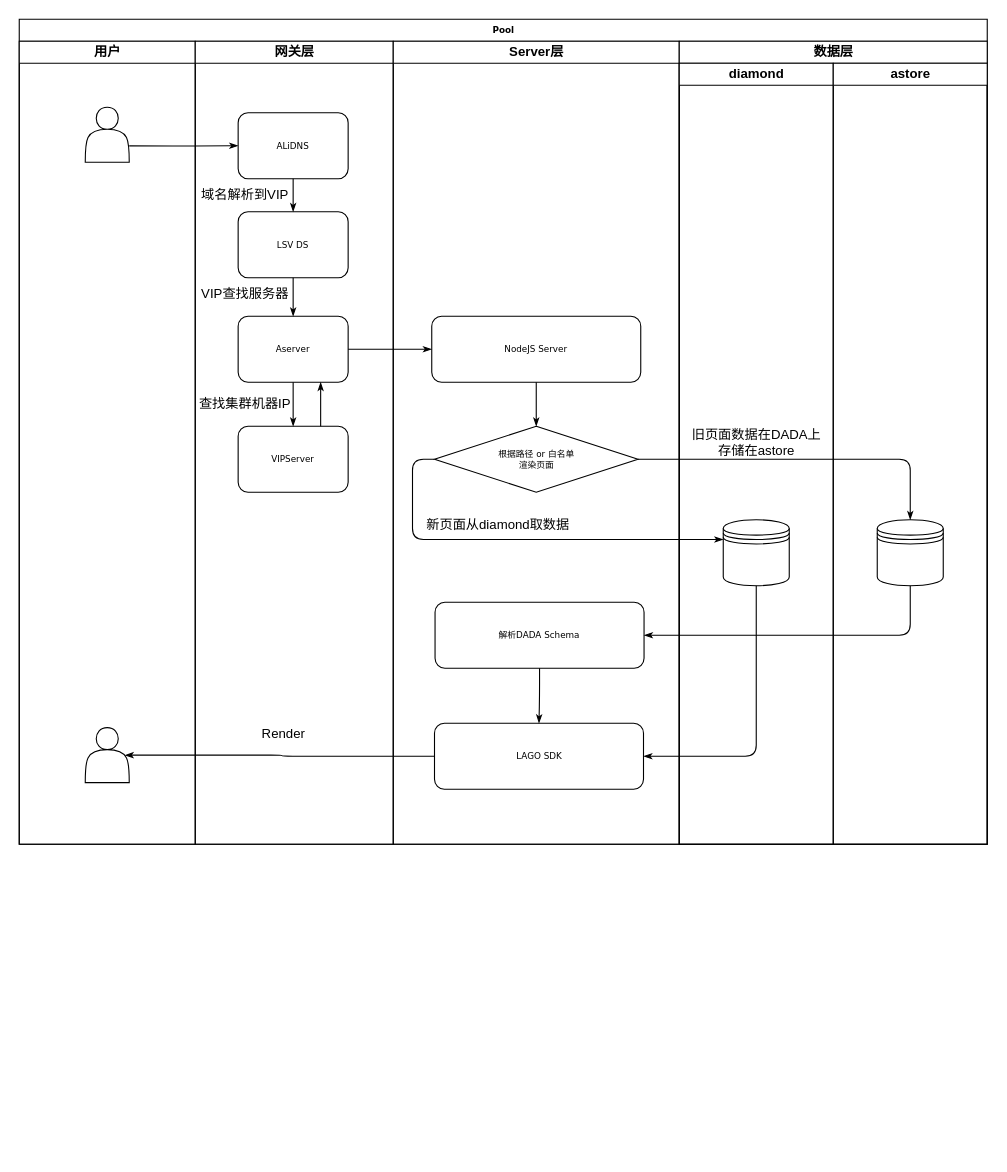
Above: 新的架构.drawio in hjyue1/blog (draw.io), before the change. Source tidied: cells renumbered, new cells numbered last; positions are measured from the earlier drawing's top-left corner, leaving out a move shared by most shapes. Both pictures are drawn from the tidied source at 110%, with x=0, y=0 at pixel (19, 19).
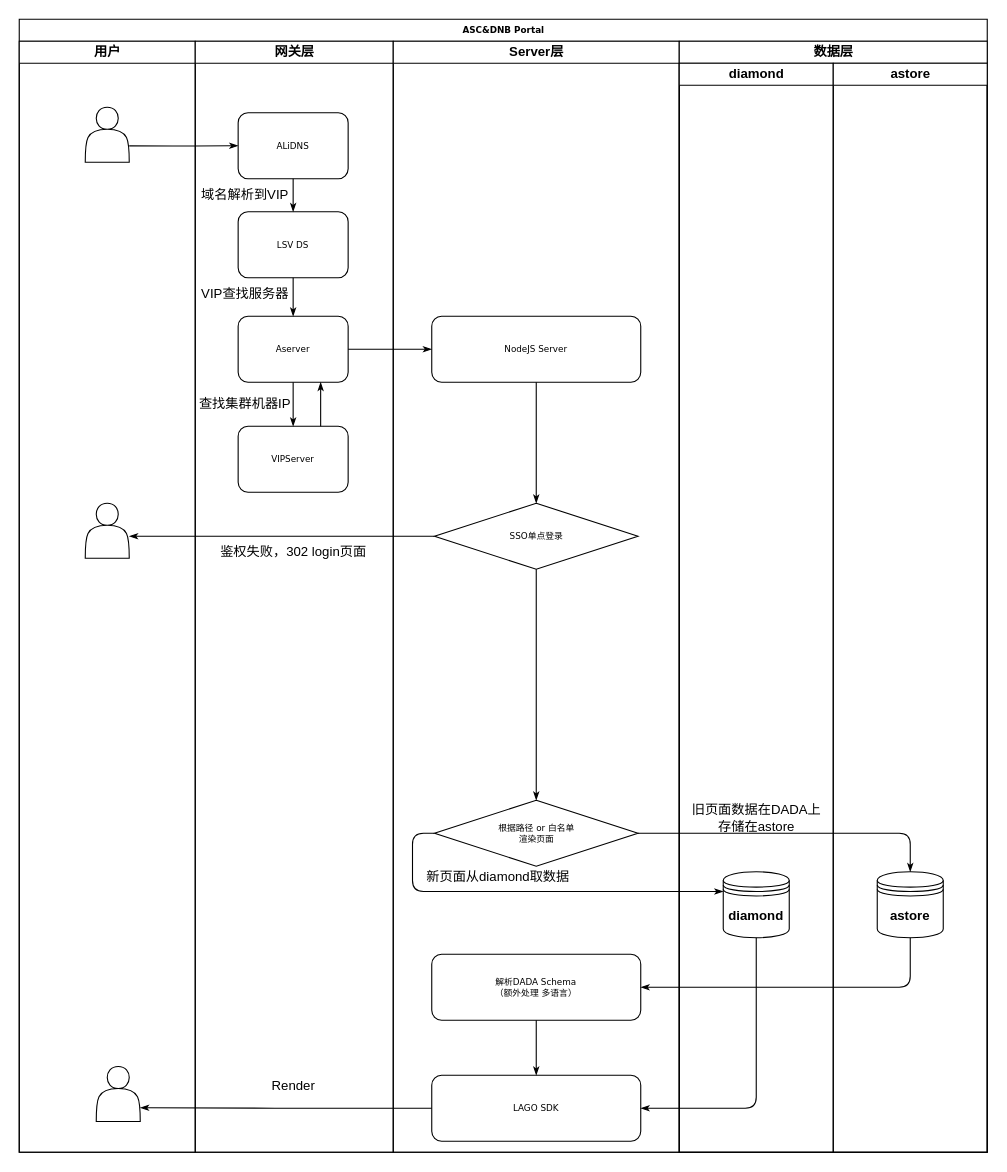
After the change.

Commit message:
ASC&DNB Portal.drawio

Unchanged cells that the change refers to:
```xml
<mxCell id="25" value="NodeJS Server" style="rounded=1;whiteSpace=wrap;html=1;shadow=0;labelBackgroundColor=none;strokeWidth=1;fontFamily=Verdana;fontSize=8;align=center;" parent="24" vertex="1">
  <mxGeometry x="35" y="250" width="190" height="60" as="geometry" />
</mxCell>
```

The edit, as a diff of the source:
```diff
@@
-    <mxCell id="2" value="Pool" style="swimlane;html=1;startSize=20;rounded=0;shadow=0;labelBackgroundColor=none;strokeWidth=1;fontFamily=Verdana;fontSize=8;align=center;" parent="1" vertex="1">
-      <mxGeometry width="880" height="750" as="geometry" />
+    <mxCell id="2" value="ASC&amp;amp;DNB Portal" style="swimlane;html=1;startSize=20;rounded=0;shadow=0;labelBackgroundColor=none;strokeWidth=1;fontFamily=Verdana;fontSize=8;align=center;" parent="1" vertex="1">
+      <mxGeometry width="880" height="1030" as="geometry" />
     </mxCell>
     <mxCell id="3" value="用户" style="swimlane;html=1;startSize=20;" parent="2" vertex="1">
-      <mxGeometry y="20" width="160" height="730" as="geometry" />
+      <mxGeometry y="20" width="160" height="1010" as="geometry" />
     </mxCell>
@@
     <mxCell id="5" style="shape=actor;whiteSpace=wrap;html=1;" parent="3" vertex="1">
-      <mxGeometry x="60" y="624" width="40" height="50" as="geometry" />
+      <mxGeometry x="70" y="932" width="40" height="50" as="geometry" />
     </mxCell>
+    <mxCell id="44" style="shape=actor;whiteSpace=wrap;html=1;" parent="3" vertex="1">
+      <mxGeometry x="60" y="420" width="40" height="50" as="geometry" />
+    </mxCell>
@@
     <mxCell id="11" value="网关层" style="swimlane;html=1;startSize=20;" parent="2" vertex="1">
-      <mxGeometry x="160" y="20" width="180" height="730" as="geometry" />
+      <mxGeometry x="160" y="20" width="180" height="1010" as="geometry" />
     </mxCell>
@@
     <mxCell id="23" value="Render" style="text;html=1;align=center;verticalAlign=middle;strokeColor=none;fillColor=none;" parent="11" vertex="1">
-      <mxGeometry x="55" y="620" width="50" height="20" as="geometry" />
+      <mxGeometry x="64" y="940" width="50" height="20" as="geometry" />
     </mxCell>
+    <mxCell id="45" value="鉴权失败，302 login页面" style="text;html=1;align=center;verticalAlign=middle;strokeColor=none;fillColor=none;" parent="11" vertex="1">
+      <mxGeometry x="14" y="454" width="150" height="20" as="geometry" />
+    </mxCell>
     <mxCell id="24" value="Server层" style="swimlane;html=1;startSize=20;" parent="2" vertex="1">
-      <mxGeometry x="340" y="20" width="260" height="730" as="geometry" />
+      <mxGeometry x="340" y="20" width="260" height="1010" as="geometry" />
     </mxCell>
@@
     <mxCell id="26" value="&lt;span style=&quot;&quot;&gt;根据路径 or 白名单&lt;/span&gt;&lt;br style=&quot;&quot;&gt;&lt;span style=&quot;&quot;&gt;渲染页面&lt;/span&gt;" style="rhombus;whiteSpace=wrap;html=1;rounded=0;shadow=0;labelBackgroundColor=none;strokeWidth=1;fontFamily=Verdana;fontSize=8;align=center;" parent="24" vertex="1">
-      <mxGeometry x="37.5" y="350" width="185" height="60" as="geometry" />
+      <mxGeometry x="37.5" y="690" width="185" height="60" as="geometry" />
     </mxCell>
-    <mxCell id="27" style="edgeStyle=orthogonalEdgeStyle;rounded=1;html=1;labelBackgroundColor=none;startArrow=none;startFill=0;startSize=5;endArrow=classicThin;endFill=1;endSize=5;jettySize=auto;strokeWidth=1;fontFamily=Verdana;fontSize=8;exitX=0.5;exitY=1;exitDx=0;exitDy=0;entryX=0.5;entryY=0;entryDx=0;entryDy=0;" parent="24" edge="1" source="25" target="26">
+    <mxCell id="27" style="edgeStyle=orthogonalEdgeStyle;rounded=1;html=1;labelBackgroundColor=none;startArrow=none;startFill=0;startSize=5;endArrow=classicThin;endFill=1;endSize=5;jettySize=auto;strokeWidth=1;fontFamily=Verdana;fontSize=8;exitX=0.5;exitY=1;exitDx=0;exitDy=0;entryX=0.5;entryY=0;entryDx=0;entryDy=0;" parent="24" edge="1" source="25" target="46">
       <mxGeometry relative="1" as="geometry" />
     </mxCell>
     <mxCell id="28" value="新页面从diamond取数据" style="text;html=1;align=center;verticalAlign=middle;strokeColor=none;fillColor=none;" parent="24" vertex="1">
-      <mxGeometry x="20" y="430" width="150" height="20" as="geometry" />
+      <mxGeometry x="20" y="750" width="150" height="20" as="geometry" />
     </mxCell>
     <mxCell id="29" value="LAGO SDK" style="rounded=1;whiteSpace=wrap;html=1;shadow=0;labelBackgroundColor=none;strokeWidth=1;fontFamily=Verdana;fontSize=8;align=center;" parent="24" vertex="1">
-      <mxGeometry x="37.5" y="620" width="190" height="60" as="geometry" />
+      <mxGeometry x="35" y="940" width="190" height="60" as="geometry" />
     </mxCell>
-    <mxCell id="30" value="解析DADA Schema" style="rounded=1;whiteSpace=wrap;html=1;shadow=0;labelBackgroundColor=none;strokeWidth=1;fontFamily=Verdana;fontSize=8;align=center;" parent="24" vertex="1">
-      <mxGeometry x="38" y="510" width="190" height="60" as="geometry" />
+    <mxCell id="30" value="解析DADA Schema&lt;br&gt;（额外处理 多语言）" style="rounded=1;whiteSpace=wrap;html=1;shadow=0;labelBackgroundColor=none;strokeWidth=1;fontFamily=Verdana;fontSize=8;align=center;" parent="24" vertex="1">
+      <mxGeometry x="35" y="830" width="190" height="60" as="geometry" />
     </mxCell>
@@
+    <mxCell id="46" value="SSO单点登录" style="rhombus;whiteSpace=wrap;html=1;rounded=0;shadow=0;labelBackgroundColor=none;strokeWidth=1;fontFamily=Verdana;fontSize=8;align=center;" parent="24" vertex="1">
+      <mxGeometry x="37.5" y="420" width="185" height="60" as="geometry" />
+    </mxCell>
+    <mxCell id="47" style="edgeStyle=orthogonalEdgeStyle;rounded=1;html=1;labelBackgroundColor=none;startArrow=none;startFill=0;startSize=5;endArrow=classicThin;endFill=1;endSize=5;jettySize=auto;strokeWidth=1;fontFamily=Verdana;fontSize=8;exitX=0.5;exitY=1;exitDx=0;exitDy=0;entryX=0.5;entryY=0;entryDx=0;entryDy=0;" parent="24" edge="1" source="46" target="26">
+      <mxGeometry relative="1" as="geometry" />
+    </mxCell>
@@
     <mxCell id="33" value="数据层" style="swimlane;html=1;startSize=20;" parent="2" vertex="1">
-      <mxGeometry x="600" y="20" width="280" height="730" as="geometry" />
+      <mxGeometry x="600" y="20" width="280" height="1010" as="geometry" />
     </mxCell>
     <mxCell id="34" value="diamond" style="swimlane;html=1;startSize=20;" parent="33" vertex="1">
-      <mxGeometry y="20" width="140" height="710" as="geometry" />
+      <mxGeometry y="20" width="140" height="990" as="geometry" />
     </mxCell>
-    <mxCell id="35" style="shape=datastore;whiteSpace=wrap;html=1;" parent="34" vertex="1">
-      <mxGeometry x="40" y="415" width="60" height="60" as="geometry" />
+    <mxCell id="35" value="&lt;span style=&quot;font-weight: 700;&quot;&gt;diamond&lt;/span&gt;" style="shape=datastore;whiteSpace=wrap;html=1;" parent="34" vertex="1">
+      <mxGeometry x="40" y="735" width="60" height="60" as="geometry" />
     </mxCell>
     <mxCell id="36" value="旧页面数据在DADA上&lt;br&gt;存储在astore" style="text;html=1;align=center;verticalAlign=middle;strokeColor=none;fillColor=none;" parent="34" vertex="1">
-      <mxGeometry x="5" y="330" width="130" height="30" as="geometry" />
+      <mxGeometry x="5" y="671" width="130" height="30" as="geometry" />
     </mxCell>
     <mxCell id="37" value="astore" style="swimlane;html=1;startSize=20;" parent="33" vertex="1">
-      <mxGeometry x="140" y="20" width="140" height="710" as="geometry" />
+      <mxGeometry x="140" y="20" width="140" height="990" as="geometry" />
     </mxCell>
-    <mxCell id="38" style="shape=datastore;whiteSpace=wrap;html=1;" parent="37" vertex="1">
-      <mxGeometry x="40" y="415" width="60" height="60" as="geometry" />
+    <mxCell id="38" value="&lt;span style=&quot;font-weight: 700;&quot;&gt;astore&lt;/span&gt;" style="shape=datastore;whiteSpace=wrap;html=1;" parent="37" vertex="1">
+      <mxGeometry x="40" y="735" width="60" height="60" as="geometry" />
     </mxCell>
@@
-    <mxCell id="42" style="edgeStyle=orthogonalEdgeStyle;rounded=1;html=1;labelBackgroundColor=none;startArrow=none;startFill=0;startSize=5;endArrow=classicThin;endFill=1;endSize=5;jettySize=auto;strokeWidth=1;fontFamily=Verdana;fontSize=8;exitX=0;exitY=0.5;exitDx=0;exitDy=0;entryX=0.9;entryY=0.5;entryDx=0;entryDy=0;entryPerimeter=0;" parent="2" edge="1" source="29" target="5">
+    <mxCell id="42" style="edgeStyle=orthogonalEdgeStyle;rounded=1;html=1;labelBackgroundColor=none;startArrow=none;startFill=0;startSize=5;endArrow=classicThin;endFill=1;endSize=5;jettySize=auto;strokeWidth=1;fontFamily=Verdana;fontSize=8;exitX=0;exitY=0.5;exitDx=0;exitDy=0;entryX=1;entryY=0.75;entryDx=0;entryDy=0;" parent="2" edge="1" source="29" target="5">
       <mxGeometry relative="1" as="geometry" />
     </mxCell>
@@
+    <mxCell id="48" style="edgeStyle=orthogonalEdgeStyle;rounded=1;html=1;labelBackgroundColor=none;startArrow=none;startFill=0;startSize=5;endArrow=classicThin;endFill=1;endSize=5;jettySize=auto;strokeWidth=1;fontFamily=Verdana;fontSize=8;exitX=0;exitY=0.5;exitDx=0;exitDy=0;" parent="1" edge="1" source="46">
+      <mxGeometry relative="1" as="geometry">
+        <mxPoint x="100" y="470" as="targetPoint" />
+      </mxGeometry>
+    </mxCell>
```
